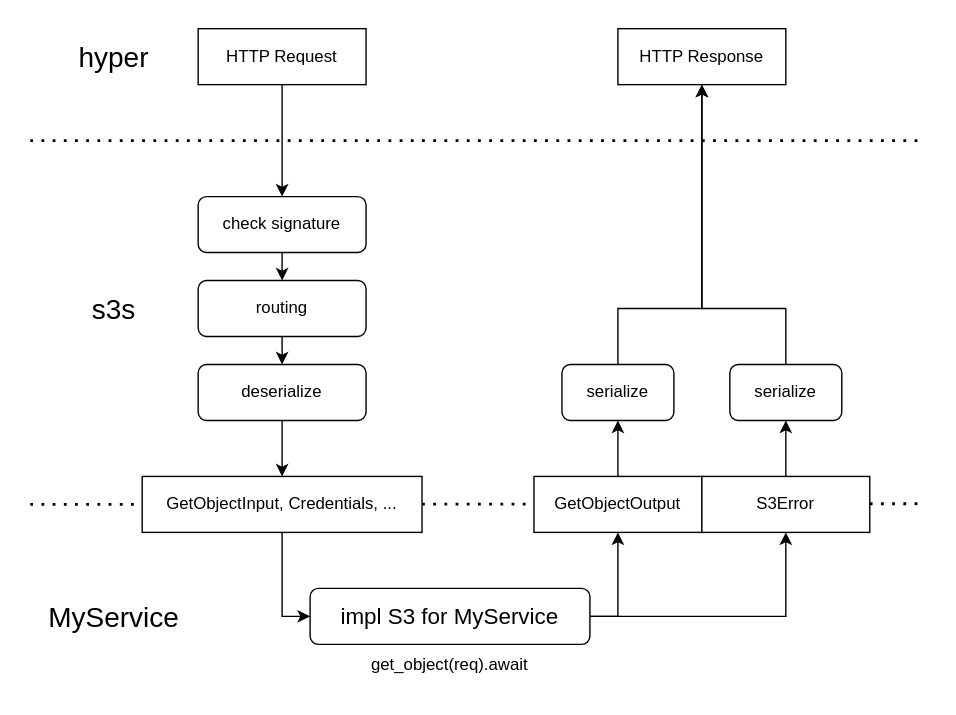
Above: docs/arch/arch.svg in matthiasmetzen/ba-thesis (draw.io), before the change. Source tidied: cells renumbered, new cells last; positions are measured from the earlier drawing's top-left corner, leaving out a move shared by most shapes. Source of this version:
```xml
<mxGraphModel background="#FFFFFF">
  <root>
    <mxCell id="0" />
    <mxCell id="1" parent="0" />
    <mxCell id="2" style="endArrow=none;dashed=1;html=1;dashPattern=1 3;strokeWidth=2;startArrow=none;" parent="1" edge="1">
      <mxGeometry relative="1" as="geometry">
        <mxPoint y="340" as="sourcePoint" />
        <mxPoint x="640" y="339.5" as="targetPoint" />
      </mxGeometry>
    </mxCell>
    <mxCell id="3" style="edgeStyle=none;html=1;entryX=0.5;entryY=0;entryDx=0;entryDy=0;" parent="1" edge="1" source="28" target="24">
      <mxGeometry relative="1" as="geometry" />
    </mxCell>
    <mxCell id="4" value="hyper" style="text;html=1;strokeColor=none;fillColor=none;align=center;verticalAlign=middle;whiteSpace=wrap;rounded=0;fontSize=20;" parent="1" vertex="1">
      <mxGeometry width="120" height="40" as="geometry" />
    </mxCell>
    <mxCell id="5" style="edgeStyle=orthogonalEdgeStyle;rounded=0;html=1;entryX=0.5;entryY=0;entryDx=0;entryDy=0;" parent="1" edge="1" source="6" target="27">
      <mxGeometry relative="1" as="geometry" />
    </mxCell>
    <mxCell id="6" value="deserialize" style="rounded=1;whiteSpace=wrap;html=1;" parent="1" vertex="1">
      <mxGeometry x="120" y="240" width="120" height="40" as="geometry" />
    </mxCell>
    <mxCell id="7" style="edgeStyle=orthogonalEdgeStyle;rounded=0;html=1;entryX=0.5;entryY=1;entryDx=0;entryDy=0;fontFamily=Helvetica;fontSize=12;" parent="1" edge="1" source="8" target="29">
      <mxGeometry relative="1" as="geometry">
        <Array as="points">
          <mxPoint x="420" y="200" />
          <mxPoint x="480" y="200" />
        </Array>
      </mxGeometry>
    </mxCell>
    <mxCell id="8" value="serialize" style="rounded=1;whiteSpace=wrap;html=1;" parent="1" vertex="1">
      <mxGeometry x="380" y="240" width="80" height="40" as="geometry" />
    </mxCell>
    <mxCell id="9" value="s3s" style="text;html=1;strokeColor=none;fillColor=none;align=center;verticalAlign=middle;whiteSpace=wrap;rounded=0;fontSize=20;" parent="1" vertex="1">
      <mxGeometry y="180" width="120" height="40" as="geometry" />
    </mxCell>
    <mxCell id="10" style="edgeStyle=none;html=1;entryX=0.5;entryY=1;entryDx=0;entryDy=0;fontFamily=Times New Roman;fontSize=12;" parent="1" edge="1" source="11" target="8">
      <mxGeometry relative="1" as="geometry" />
    </mxCell>
    <mxCell id="11" value="GetObjectOutput" style="rounded=0;whiteSpace=wrap;html=1;" parent="1" vertex="1">
      <mxGeometry x="360" y="320" width="120" height="40" as="geometry" />
    </mxCell>
    <mxCell id="12" value="MyService" style="text;html=1;strokeColor=none;fillColor=none;align=center;verticalAlign=middle;whiteSpace=wrap;rounded=0;fontSize=20;" parent="1" vertex="1">
      <mxGeometry y="400" width="120" height="40" as="geometry" />
    </mxCell>
    <mxCell id="13" style="edgeStyle=orthogonalEdgeStyle;html=1;entryX=0.5;entryY=1;entryDx=0;entryDy=0;fontFamily=Helvetica;fontSize=12;rounded=0;" parent="1" edge="1" source="15" target="11">
      <mxGeometry relative="1" as="geometry">
        <Array as="points">
          <mxPoint x="420" y="420" />
        </Array>
      </mxGeometry>
    </mxCell>
    <mxCell id="14" style="edgeStyle=orthogonalEdgeStyle;rounded=0;html=1;entryX=0.5;entryY=1;entryDx=0;entryDy=0;fontFamily=Helvetica;fontSize=12;" parent="1" edge="1" source="15" target="18">
      <mxGeometry relative="1" as="geometry" />
    </mxCell>
    <mxCell id="15" value="impl S3 for MyService" style="rounded=1;whiteSpace=wrap;html=1;fontSize=16;" parent="1" vertex="1">
      <mxGeometry x="200" y="400" width="200" height="40" as="geometry" />
    </mxCell>
    <mxCell id="16" value="get_object(req).await" style="text;html=1;strokeColor=none;fillColor=none;align=center;verticalAlign=middle;whiteSpace=wrap;rounded=0;fontFamily=Helvetica;fontSize=12;" parent="1" vertex="1">
      <mxGeometry x="200" y="440" width="200" height="30" as="geometry" />
    </mxCell>
    <mxCell id="17" style="edgeStyle=orthogonalEdgeStyle;rounded=0;html=1;entryX=0.5;entryY=1;entryDx=0;entryDy=0;fontFamily=Helvetica;fontSize=12;" parent="1" edge="1" source="18" target="20">
      <mxGeometry relative="1" as="geometry" />
    </mxCell>
    <mxCell id="18" value="S3Error" style="rounded=0;whiteSpace=wrap;html=1;" parent="1" vertex="1">
      <mxGeometry x="480" y="320" width="120" height="40" as="geometry" />
    </mxCell>
    <mxCell id="19" style="edgeStyle=orthogonalEdgeStyle;rounded=0;html=1;fontFamily=Helvetica;fontSize=12;" parent="1" edge="1" source="20" target="29">
      <mxGeometry relative="1" as="geometry">
        <Array as="points">
          <mxPoint x="540" y="200" />
          <mxPoint x="480" y="200" />
        </Array>
      </mxGeometry>
    </mxCell>
    <mxCell id="20" value="serialize" style="rounded=1;whiteSpace=wrap;html=1;" parent="1" vertex="1">
      <mxGeometry x="500" y="240" width="80" height="40" as="geometry" />
    </mxCell>
    <mxCell id="21" style="edgeStyle=none;html=1;exitX=0.5;exitY=1;exitDx=0;exitDy=0;entryX=0.5;entryY=0;entryDx=0;entryDy=0;" parent="1" edge="1" source="22" target="6">
      <mxGeometry relative="1" as="geometry" />
    </mxCell>
    <mxCell id="22" value="routing" style="rounded=1;whiteSpace=wrap;html=1;" parent="1" vertex="1">
      <mxGeometry x="120" y="180" width="120" height="40" as="geometry" />
    </mxCell>
    <mxCell id="23" style="edgeStyle=none;html=1;exitX=0.5;exitY=1;exitDx=0;exitDy=0;entryX=0.5;entryY=0;entryDx=0;entryDy=0;" parent="1" edge="1" source="24" target="22">
      <mxGeometry relative="1" as="geometry" />
    </mxCell>
    <mxCell id="24" value="check signature" style="rounded=1;whiteSpace=wrap;html=1;" parent="1" vertex="1">
      <mxGeometry x="120" y="120" width="120" height="40" as="geometry" />
    </mxCell>
    <mxCell id="25" style="endArrow=none;dashed=1;html=1;dashPattern=1 3;strokeWidth=2;startArrow=none;" parent="1" edge="1">
      <mxGeometry relative="1" as="geometry">
        <mxPoint y="80" as="sourcePoint" />
        <mxPoint x="640" y="80" as="targetPoint" />
      </mxGeometry>
    </mxCell>
    <mxCell id="26" style="edgeStyle=orthogonalEdgeStyle;html=1;entryX=0;entryY=0.5;entryDx=0;entryDy=0;rounded=0;" parent="1" edge="1" source="27" target="15">
      <mxGeometry relative="1" as="geometry" />
    </mxCell>
    <mxCell id="27" value="GetObjectInput, Credentials, ..." style="rounded=0;whiteSpace=wrap;html=1;" parent="1" vertex="1">
      <mxGeometry x="80" y="320" width="200" height="40" as="geometry" />
    </mxCell>
    <mxCell id="28" value="HTTP Request" style="rounded=0;whiteSpace=wrap;html=1;" parent="1" vertex="1">
      <mxGeometry x="120" width="120" height="40" as="geometry" />
    </mxCell>
    <mxCell id="29" value="HTTP Response" style="rounded=0;whiteSpace=wrap;html=1;" parent="1" vertex="1">
      <mxGeometry x="420" width="120" height="40" as="geometry" />
    </mxCell>
  </root>
</mxGraphModel>
```
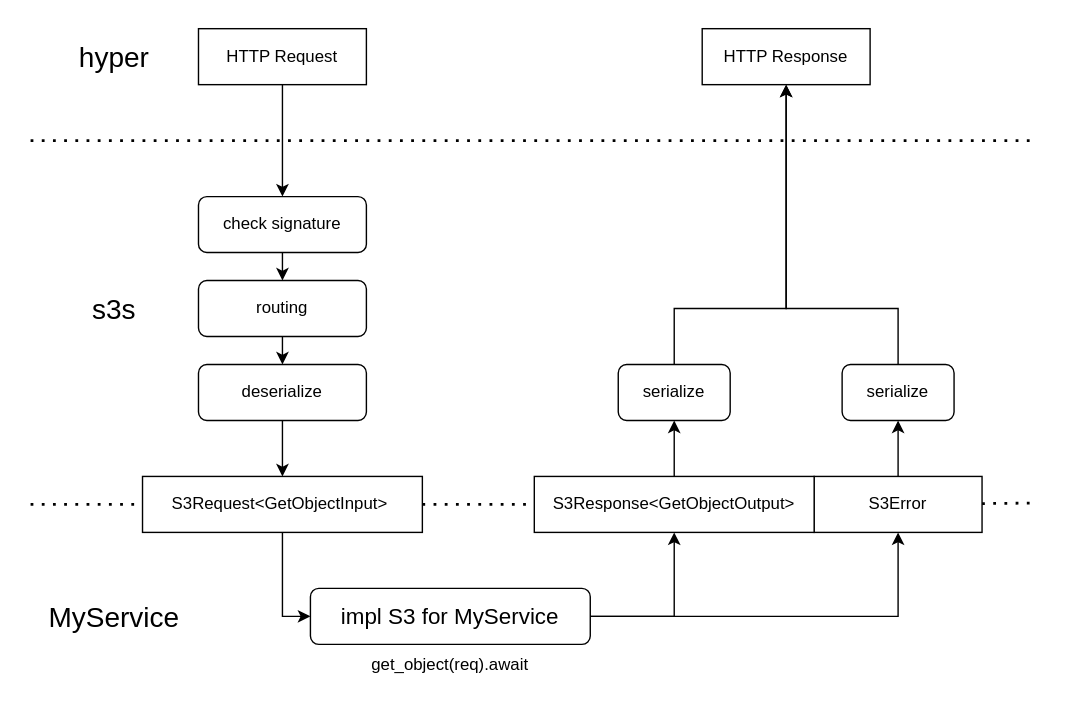
Above is the later version.

What changed in the source:
```diff
@@ -2,10 +2,9 @@
   <root>
     <mxCell id="0" />
     <mxCell id="1" parent="0" />
-    <mxCell id="2" style="endArrow=none;dashed=1;html=1;dashPattern=1 3;strokeWidth=2;startArrow=none;" parent="1" edge="1">
+    <mxCell id="2" style="endArrow=none;dashed=1;html=1;dashPattern=1 3;strokeWidth=2;startArrow=none;" parent="1" edge="1" source="18">
       <mxGeometry relative="1" as="geometry">
-        <mxPoint y="340" as="sourcePoint" />
-        <mxPoint x="640" y="339.5" as="targetPoint" />
+        <mxPoint x="720" y="339" as="targetPoint" />
       </mxGeometry>
     </mxCell>
     <mxCell id="3" style="edgeStyle=none;html=1;entryX=0.5;entryY=0;entryDx=0;entryDy=0;" parent="1" edge="1" source="28" target="24">
@@ -23,13 +22,13 @@
     <mxCell id="7" style="edgeStyle=orthogonalEdgeStyle;rounded=0;html=1;entryX=0.5;entryY=1;entryDx=0;entryDy=0;fontFamily=Helvetica;fontSize=12;" parent="1" edge="1" source="8" target="29">
       <mxGeometry relative="1" as="geometry">
         <Array as="points">
-          <mxPoint x="420" y="200" />
-          <mxPoint x="480" y="200" />
+          <mxPoint x="460" y="200" />
+          <mxPoint x="540" y="200" />
         </Array>
       </mxGeometry>
     </mxCell>
     <mxCell id="8" value="serialize" style="rounded=1;whiteSpace=wrap;html=1;" parent="1" vertex="1">
-      <mxGeometry x="380" y="240" width="80" height="40" as="geometry" />
+      <mxGeometry x="420" y="240" width="80" height="40" as="geometry" />
     </mxCell>
     <mxCell id="9" value="s3s" style="text;html=1;strokeColor=none;fillColor=none;align=center;verticalAlign=middle;whiteSpace=wrap;rounded=0;fontSize=20;" parent="1" vertex="1">
       <mxGeometry y="180" width="120" height="40" as="geometry" />
@@ -37,16 +36,13 @@
     <mxCell id="10" style="edgeStyle=none;html=1;entryX=0.5;entryY=1;entryDx=0;entryDy=0;fontFamily=Times New Roman;fontSize=12;" parent="1" edge="1" source="11" target="8">
       <mxGeometry relative="1" as="geometry" />
     </mxCell>
-    <mxCell id="11" value="GetObjectOutput" style="rounded=0;whiteSpace=wrap;html=1;" parent="1" vertex="1">
-      <mxGeometry x="360" y="320" width="120" height="40" as="geometry" />
-    </mxCell>
     <mxCell id="12" value="MyService" style="text;html=1;strokeColor=none;fillColor=none;align=center;verticalAlign=middle;whiteSpace=wrap;rounded=0;fontSize=20;" parent="1" vertex="1">
       <mxGeometry y="400" width="120" height="40" as="geometry" />
     </mxCell>
     <mxCell id="13" style="edgeStyle=orthogonalEdgeStyle;html=1;entryX=0.5;entryY=1;entryDx=0;entryDy=0;fontFamily=Helvetica;fontSize=12;rounded=0;" parent="1" edge="1" source="15" target="11">
       <mxGeometry relative="1" as="geometry">
         <Array as="points">
-          <mxPoint x="420" y="420" />
+          <mxPoint x="460" y="420" />
         </Array>
       </mxGeometry>
     </mxCell>
@@ -62,19 +58,16 @@
     <mxCell id="17" style="edgeStyle=orthogonalEdgeStyle;rounded=0;html=1;entryX=0.5;entryY=1;entryDx=0;entryDy=0;fontFamily=Helvetica;fontSize=12;" parent="1" edge="1" source="18" target="20">
       <mxGeometry relative="1" as="geometry" />
     </mxCell>
-    <mxCell id="18" value="S3Error" style="rounded=0;whiteSpace=wrap;html=1;" parent="1" vertex="1">
-      <mxGeometry x="480" y="320" width="120" height="40" as="geometry" />
-    </mxCell>
     <mxCell id="19" style="edgeStyle=orthogonalEdgeStyle;rounded=0;html=1;fontFamily=Helvetica;fontSize=12;" parent="1" edge="1" source="20" target="29">
       <mxGeometry relative="1" as="geometry">
         <Array as="points">
+          <mxPoint x="620" y="200" />
           <mxPoint x="540" y="200" />
-          <mxPoint x="480" y="200" />
         </Array>
       </mxGeometry>
     </mxCell>
     <mxCell id="20" value="serialize" style="rounded=1;whiteSpace=wrap;html=1;" parent="1" vertex="1">
-      <mxGeometry x="500" y="240" width="80" height="40" as="geometry" />
+      <mxGeometry x="580" y="240" width="80" height="40" as="geometry" />
     </mxCell>
     <mxCell id="21" style="edgeStyle=none;html=1;exitX=0.5;exitY=1;exitDx=0;exitDy=0;entryX=0.5;entryY=0;entryDx=0;entryDy=0;" parent="1" edge="1" source="22" target="6">
       <mxGeometry relative="1" as="geometry" />
@@ -91,20 +84,31 @@
     <mxCell id="25" style="endArrow=none;dashed=1;html=1;dashPattern=1 3;strokeWidth=2;startArrow=none;" parent="1" edge="1">
       <mxGeometry relative="1" as="geometry">
         <mxPoint y="80" as="sourcePoint" />
-        <mxPoint x="640" y="80" as="targetPoint" />
+        <mxPoint x="720" y="80" as="targetPoint" />
       </mxGeometry>
     </mxCell>
     <mxCell id="26" style="edgeStyle=orthogonalEdgeStyle;html=1;entryX=0;entryY=0.5;entryDx=0;entryDy=0;rounded=0;" parent="1" edge="1" source="27" target="15">
       <mxGeometry relative="1" as="geometry" />
     </mxCell>
-    <mxCell id="27" value="GetObjectInput, Credentials, ..." style="rounded=0;whiteSpace=wrap;html=1;" parent="1" vertex="1">
-      <mxGeometry x="80" y="320" width="200" height="40" as="geometry" />
-    </mxCell>
     <mxCell id="28" value="HTTP Request" style="rounded=0;whiteSpace=wrap;html=1;" parent="1" vertex="1">
       <mxGeometry x="120" width="120" height="40" as="geometry" />
     </mxCell>
     <mxCell id="29" value="HTTP Response" style="rounded=0;whiteSpace=wrap;html=1;" parent="1" vertex="1">
-      <mxGeometry x="420" width="120" height="40" as="geometry" />
+      <mxGeometry x="480" width="120" height="40" as="geometry" />
     </mxCell>
+    <mxCell id="30" style="endArrow=none;dashed=1;html=1;dashPattern=1 3;strokeWidth=2;startArrow=none;" parent="1" edge="1" target="18">
+      <mxGeometry relative="1" as="geometry">
+        <mxPoint y="340" as="sourcePoint" />
+      </mxGeometry>
+    </mxCell>
+    <mxCell id="18" value="S3Error" style="rounded=0;whiteSpace=wrap;html=1;" parent="1" vertex="1">
+      <mxGeometry x="560" y="320" width="120" height="40" as="geometry" />
+    </mxCell>
+    <mxCell id="11" value="S3Response&amp;lt;GetObjectOutput&amp;gt;" style="rounded=0;whiteSpace=wrap;html=1;" parent="1" vertex="1">
+      <mxGeometry x="360" y="320" width="200" height="40" as="geometry" />
+    </mxCell>
+    <mxCell id="27" value="S3Request&amp;lt;GetObjectInput&amp;gt;&amp;nbsp;" style="rounded=0;whiteSpace=wrap;html=1;" parent="1" vertex="1">
+      <mxGeometry x="80" y="320" width="200" height="40" as="geometry" />
+    </mxCell>
   </root>
 </mxGraphModel>
```
